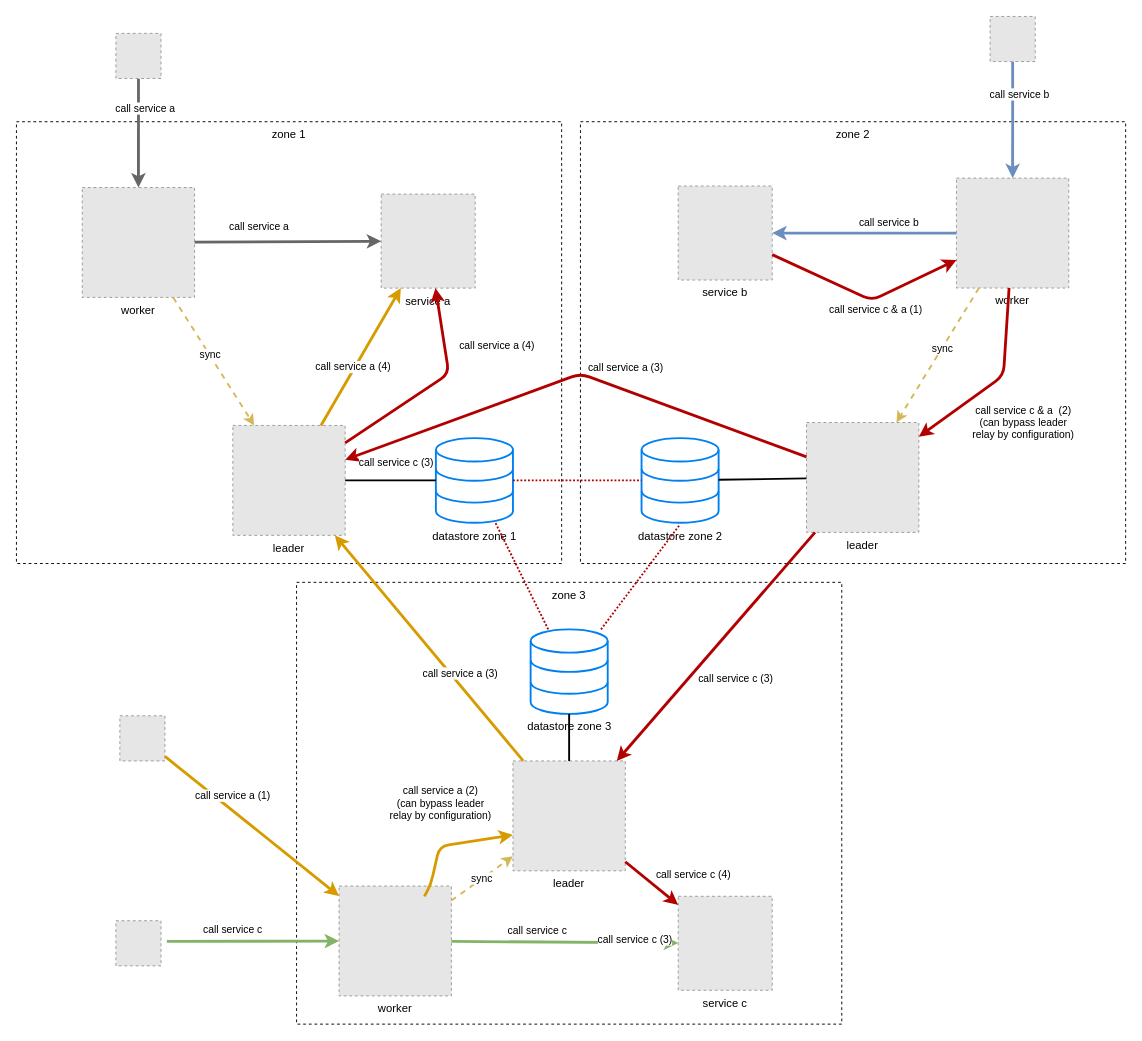
Above: demos/relay/relay.drawio in MAIF/otoroshi (draw.io), before the change. Source tidied: cells renumbered, new cells numbered last; positions are measured from the earlier drawing's top-left corner, leaving out a move shared by most shapes. Both pictures are drawn from the tidied source at 94%, with x=0, y=0 at pixel (16, 16). Pictures stored in the file or linked from it are replaced by grey dashed boxes.
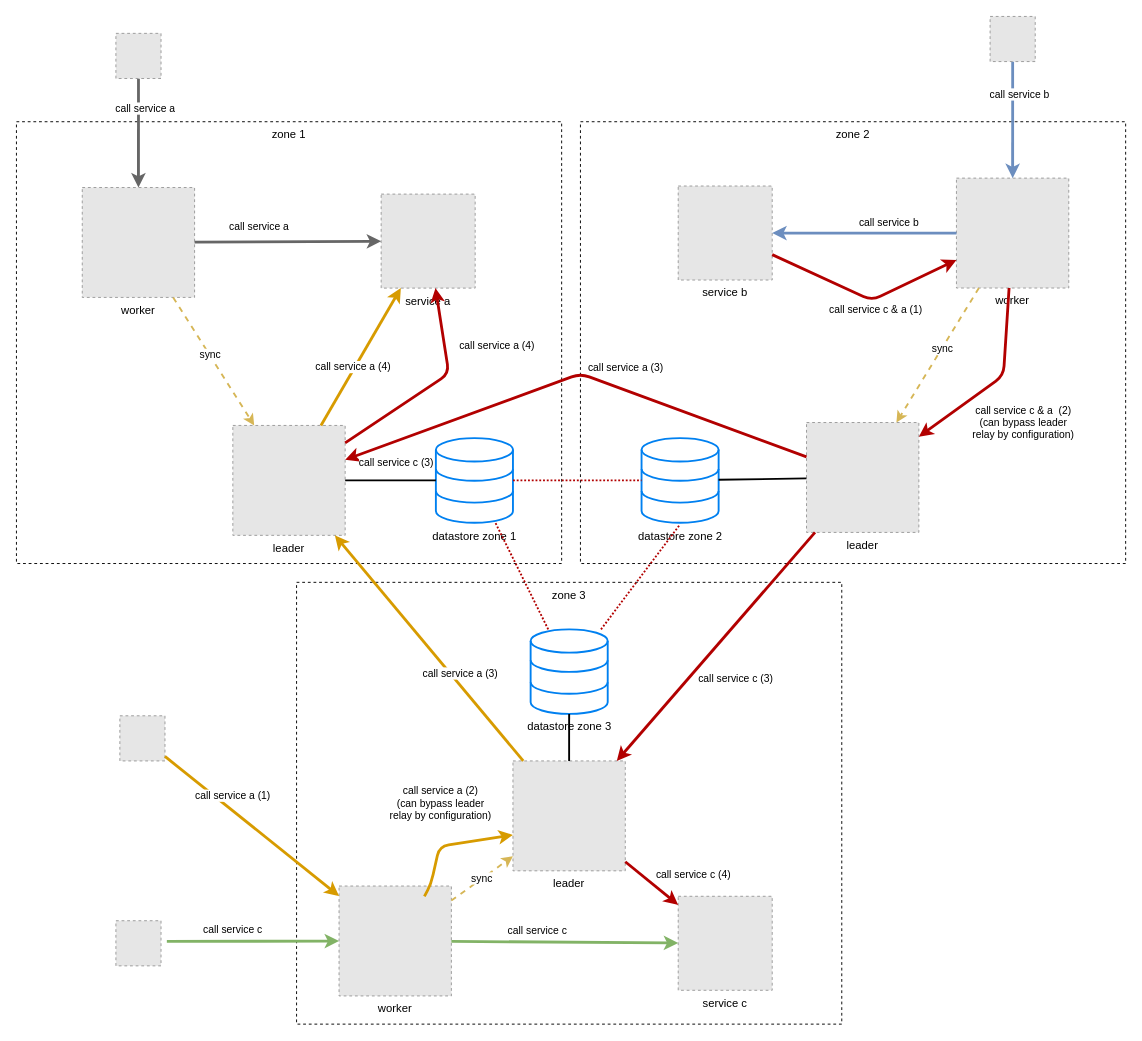
Above is the later version.

Commit message (it also covers changes not shown here):
Replace bad label

Unchanged cells that the change refers to:
```xml
<mxCell id="59" style="endArrow=classic;html=1;strokeWidth=3;fillColor=#e51400;strokeColor=#B20000;" parent="1" edge="1" source="13" target="26">
  <mxGeometry relative="1" as="geometry" />
</mxCell>
```

Diff of the diagram source:
```diff
@@
-    <mxCell id="60" value="call service c (3)" style="edgeLabel;html=1;align=center;verticalAlign=middle;" parent="59" vertex="1">
-      <mxGeometry x="-0.29" y="2" relative="1" as="geometry">
-        <mxPoint x="-12" y="67" as="offset" />
-      </mxGeometry>
-    </mxCell>
```
